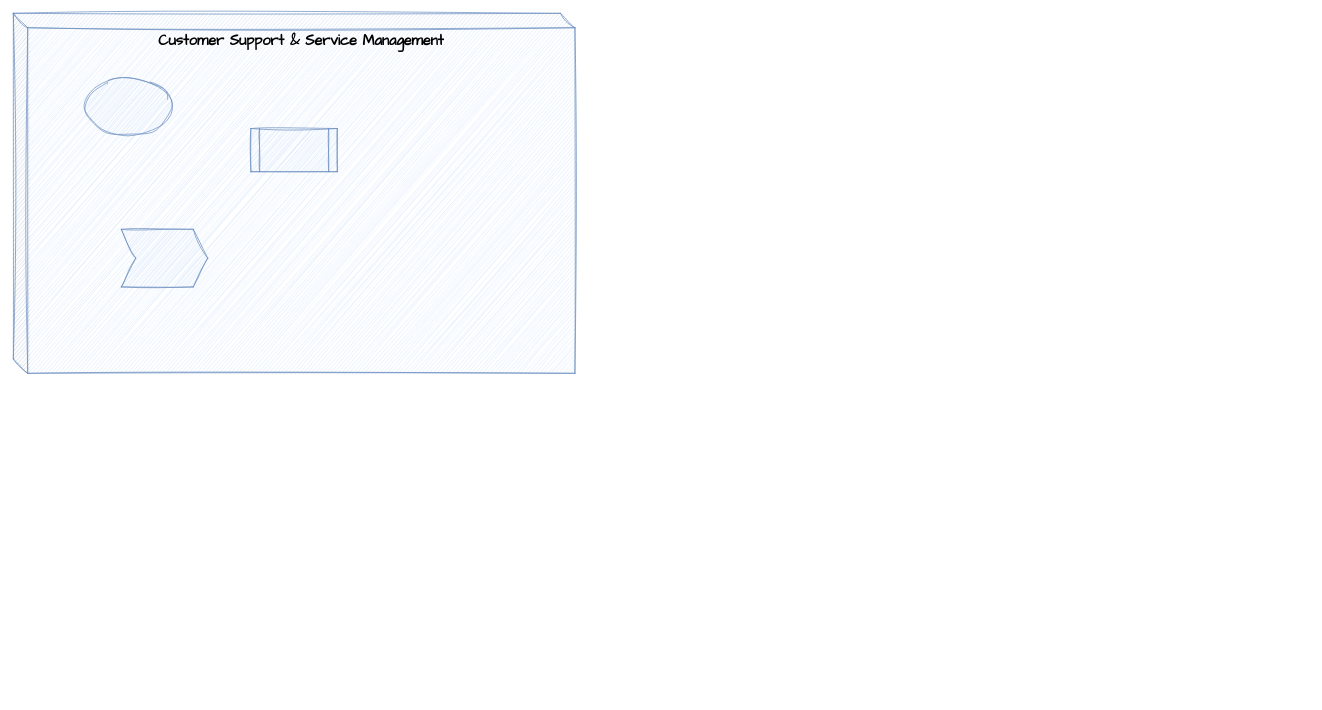
This is page "Page-11" (11 of 13) of Untitled Diagram.drawio from onlinepractice/digitalbanking, a draw.io file, before an edit. Source tidied: cells renumbered, new cells numbered last; positions are measured from the earlier drawing's top-left corner, leaving out a move shared by most shapes. Both pictures are drawn from the tidied source at 72%, with x=0, y=0 at pixel (13, 13).
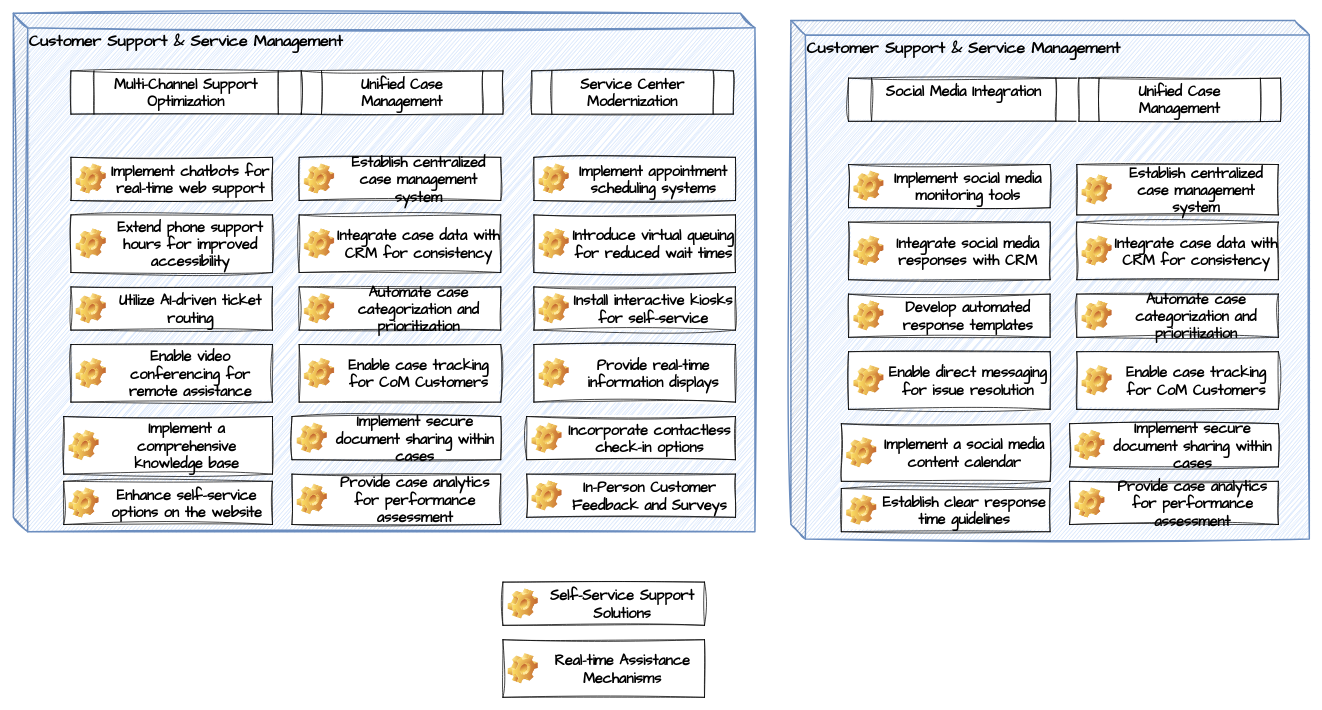
After the change.

Change to the diagram source:
```diff
@@
-    <mxCell id="2" value="Customer Support &amp;amp; Service Management" style="shape=cube;whiteSpace=wrap;html=1;boundedLbl=1;backgroundOutline=1;darkOpacity=0.05;darkOpacity2=0.1;fontSize=20;fontFamily=Architects Daughter;align=center;verticalAlign=top;fillColor=#dae8fc;strokeColor=#6c8ebf;rounded=0;sketch=1;hachureGap=4;jiggle=2;curveFitting=1;fontStyle=1;" parent="1" vertex="1">
-      <mxGeometry width="780" height="500" as="geometry" />
+    <mxCell id="2" value="Customer Support &amp;amp; Service Management" style="shape=cube;whiteSpace=wrap;html=1;boundedLbl=1;backgroundOutline=1;darkOpacity=0.05;darkOpacity2=0.1;fontSize=22;fontFamily=Architects Daughter;align=left;verticalAlign=top;fillColor=#dae8fc;strokeColor=#6c8ebf;rounded=0;sketch=1;hachureGap=4;jiggle=2;curveFitting=1;fontStyle=1;strokeWidth=2;" parent="1" vertex="1">
+      <mxGeometry width="1030" height="720" as="geometry" />
     </mxCell>
-    <mxCell id="3" style="ellipse;whiteSpace=wrap;html=1;fontSize=20;fontFamily=Architects Daughter;verticalAlign=top;fillColor=#dae8fc;strokeColor=#6c8ebf;rounded=0;sketch=1;hachureGap=4;jiggle=2;curveFitting=1;fontStyle=1;" parent="1" vertex="1">
-      <mxGeometry x="100" y="90" width="120" height="80" as="geometry" />
-    </mxCell>
-    <mxCell id="4" style="shape=process;whiteSpace=wrap;html=1;backgroundOutline=1;fontSize=20;fontFamily=Architects Daughter;verticalAlign=top;fillColor=#dae8fc;strokeColor=#6c8ebf;rounded=0;sketch=1;hachureGap=4;jiggle=2;curveFitting=1;fontStyle=1;" parent="1" vertex="1">
-      <mxGeometry x="330" y="160" width="120" height="60" as="geometry" />
+    <mxCell id="4" value="Multi-Channel Support Optimization" style="shape=process;whiteSpace=wrap;html=1;backgroundOutline=1;fontSize=20;fontFamily=Architects Daughter;verticalAlign=top;rounded=0;sketch=1;hachureGap=4;jiggle=2;curveFitting=1;fontStyle=1;" parent="1" vertex="1">
+      <mxGeometry x="80" y="80" width="320" height="60" as="geometry" />
     </mxCell>
-    <mxCell id="5" style="shape=step;perimeter=stepPerimeter;whiteSpace=wrap;html=1;fixedSize=1;fontSize=20;fontFamily=Architects Daughter;verticalAlign=top;fillColor=#dae8fc;strokeColor=#6c8ebf;rounded=0;sketch=1;hachureGap=4;jiggle=2;curveFitting=1;fontStyle=1;" parent="1" vertex="1">
-      <mxGeometry x="150" y="300" width="120" height="80" as="geometry" />
-    </mxCell>
+    <mxCell id="6" value="Unified Case Management" style="shape=process;whiteSpace=wrap;html=1;backgroundOutline=1;fontSize=20;fontFamily=Architects Daughter;verticalAlign=top;rounded=0;sketch=1;hachureGap=4;jiggle=2;curveFitting=1;fontStyle=1;" parent="1" vertex="1">
+      <mxGeometry x="400" y="80" width="280" height="60" as="geometry" />
+    </mxCell>
+    <mxCell id="7" value="Service Center Modernization" style="shape=process;whiteSpace=wrap;html=1;backgroundOutline=1;fontSize=20;fontFamily=Architects Daughter;verticalAlign=top;rounded=0;sketch=1;hachureGap=4;jiggle=2;curveFitting=1;fontStyle=1;" parent="1" vertex="1">
+      <mxGeometry x="720" y="80" width="280" height="60" as="geometry" />
+    </mxCell>
+    <mxCell id="8" value="Implement chatbots for real-time web support" style="label;whiteSpace=wrap;html=1;image=img/clipart/Gear_128x128.png;fontSize=20;fontFamily=Architects Daughter;align=center;verticalAlign=middle;rounded=0;sketch=1;hachureGap=4;jiggle=2;curveFitting=1;spacingTop=2;spacingRight=0;spacingBottom=0;" parent="1" vertex="1">
+      <mxGeometry x="80" y="200" width="280" height="60" as="geometry" />
+    </mxCell>
+    <mxCell id="9" value="Extend phone support hours for improved accessibility" style="label;whiteSpace=wrap;html=1;image=img/clipart/Gear_128x128.png;fontSize=20;fontFamily=Architects Daughter;align=center;verticalAlign=middle;rounded=0;sketch=1;hachureGap=4;jiggle=2;curveFitting=1;spacingTop=2;spacingRight=0;spacingBottom=0;" parent="1" vertex="1">
+      <mxGeometry x="80" y="280" width="280" height="80" as="geometry" />
+    </mxCell>
+    <mxCell id="10" value="Utilize AI-driven ticket routing" style="label;whiteSpace=wrap;html=1;image=img/clipart/Gear_128x128.png;fontSize=20;fontFamily=Architects Daughter;align=center;verticalAlign=middle;rounded=0;sketch=1;hachureGap=4;jiggle=2;curveFitting=1;spacingTop=2;spacingRight=0;spacingBottom=0;" parent="1" vertex="1">
+      <mxGeometry x="80" y="380" width="280" height="60" as="geometry" />
+    </mxCell>
+    <mxCell id="11" value="Enable video conferencing for remote assistance" style="label;whiteSpace=wrap;html=1;image=img/clipart/Gear_128x128.png;fontSize=20;fontFamily=Architects Daughter;align=center;verticalAlign=middle;rounded=0;sketch=1;hachureGap=4;jiggle=2;curveFitting=1;spacingTop=2;spacingRight=0;spacingBottom=0;" parent="1" vertex="1">
+      <mxGeometry x="80" y="460" width="280" height="80" as="geometry" />
+    </mxCell>
+    <mxCell id="12" value="Implement a comprehensive knowledge base" style="label;whiteSpace=wrap;html=1;image=img/clipart/Gear_128x128.png;fontSize=20;fontFamily=Architects Daughter;align=center;verticalAlign=middle;rounded=0;sketch=1;hachureGap=4;jiggle=2;curveFitting=1;spacingTop=2;spacingRight=0;spacingBottom=0;" parent="1" vertex="1">
+      <mxGeometry x="70" y="560" width="290" height="80" as="geometry" />
+    </mxCell>
+    <mxCell id="13" value="Enhance self-service options on the website" style="label;whiteSpace=wrap;html=1;image=img/clipart/Gear_128x128.png;fontSize=20;fontFamily=Architects Daughter;align=center;verticalAlign=middle;rounded=0;sketch=1;hachureGap=4;jiggle=2;curveFitting=1;spacingTop=2;spacingRight=0;spacingBottom=0;" parent="1" vertex="1">
+      <mxGeometry x="70" y="650" width="290" height="60" as="geometry" />
+    </mxCell>
+    <mxCell id="14" value="Establish centralized case management system" style="label;whiteSpace=wrap;html=1;image=img/clipart/Gear_128x128.png;fontSize=20;fontFamily=Architects Daughter;align=center;verticalAlign=middle;rounded=0;sketch=1;hachureGap=4;jiggle=2;curveFitting=1;spacingTop=2;spacingRight=0;spacingBottom=0;" parent="1" vertex="1">
+      <mxGeometry x="397" y="200" width="280" height="60" as="geometry" />
+    </mxCell>
+    <mxCell id="15" value="Integrate case data with CRM for consistency" style="label;whiteSpace=wrap;html=1;image=img/clipart/Gear_128x128.png;fontSize=20;fontFamily=Architects Daughter;align=center;verticalAlign=middle;rounded=0;sketch=1;hachureGap=4;jiggle=2;curveFitting=1;spacingTop=2;spacingRight=0;spacingBottom=0;" parent="1" vertex="1">
+      <mxGeometry x="397" y="280" width="280" height="80" as="geometry" />
+    </mxCell>
+    <mxCell id="16" value="Automate case categorization and prioritization" style="label;whiteSpace=wrap;html=1;image=img/clipart/Gear_128x128.png;fontSize=20;fontFamily=Architects Daughter;align=center;verticalAlign=middle;rounded=0;sketch=1;hachureGap=4;jiggle=2;curveFitting=1;spacingTop=2;spacingRight=0;spacingBottom=0;" parent="1" vertex="1">
+      <mxGeometry x="397" y="380" width="280" height="60" as="geometry" />
+    </mxCell>
+    <mxCell id="17" value="Enable case tracking for CoM Customers" style="label;whiteSpace=wrap;html=1;image=img/clipart/Gear_128x128.png;fontSize=20;fontFamily=Architects Daughter;align=center;verticalAlign=middle;rounded=0;sketch=1;hachureGap=4;jiggle=2;curveFitting=1;spacingTop=2;spacingRight=0;spacingBottom=0;" parent="1" vertex="1">
+      <mxGeometry x="397" y="460" width="280" height="80" as="geometry" />
+    </mxCell>
+    <mxCell id="18" value="Implement secure document sharing within cases" style="label;whiteSpace=wrap;html=1;image=img/clipart/Gear_128x128.png;fontSize=20;fontFamily=Architects Daughter;align=center;verticalAlign=middle;rounded=0;sketch=1;hachureGap=4;jiggle=2;curveFitting=1;spacingTop=2;spacingRight=0;spacingBottom=0;" parent="1" vertex="1">
+      <mxGeometry x="387" y="560" width="290" height="60" as="geometry" />
+    </mxCell>
+    <mxCell id="19" value="Provide case analytics for performance assessment" style="label;whiteSpace=wrap;html=1;image=img/clipart/Gear_128x128.png;fontSize=20;fontFamily=Architects Daughter;align=center;verticalAlign=middle;rounded=0;sketch=1;hachureGap=4;jiggle=2;curveFitting=1;spacingTop=2;spacingRight=0;spacingBottom=0;" parent="1" vertex="1">
+      <mxGeometry x="387" y="640" width="290" height="70" as="geometry" />
+    </mxCell>
+    <mxCell id="20" value="Implement appointment scheduling systems" style="label;whiteSpace=wrap;html=1;image=img/clipart/Gear_128x128.png;fontSize=20;fontFamily=Architects Daughter;align=center;verticalAlign=middle;rounded=0;sketch=1;hachureGap=4;jiggle=2;curveFitting=1;spacingTop=2;spacingRight=0;spacingBottom=0;" parent="1" vertex="1">
+      <mxGeometry x="723" y="200" width="280" height="60" as="geometry" />
+    </mxCell>
+    <mxCell id="21" value="Introduce virtual queuing for reduced wait times" style="label;whiteSpace=wrap;html=1;image=img/clipart/Gear_128x128.png;fontSize=20;fontFamily=Architects Daughter;align=center;verticalAlign=middle;rounded=0;sketch=1;hachureGap=4;jiggle=2;curveFitting=1;spacingTop=2;spacingRight=0;spacingBottom=0;" parent="1" vertex="1">
+      <mxGeometry x="723" y="280" width="280" height="80" as="geometry" />
+    </mxCell>
+    <mxCell id="22" value="Install interactive kiosks for self-service" style="label;whiteSpace=wrap;html=1;image=img/clipart/Gear_128x128.png;fontSize=20;fontFamily=Architects Daughter;align=center;verticalAlign=middle;rounded=0;sketch=1;hachureGap=4;jiggle=2;curveFitting=1;spacingTop=2;spacingRight=0;spacingBottom=0;" parent="1" vertex="1">
+      <mxGeometry x="723" y="380" width="280" height="60" as="geometry" />
+    </mxCell>
+    <mxCell id="23" value="Provide real-time information displays" style="label;whiteSpace=wrap;html=1;image=img/clipart/Gear_128x128.png;fontSize=20;fontFamily=Architects Daughter;align=center;verticalAlign=middle;rounded=0;sketch=1;hachureGap=4;jiggle=2;curveFitting=1;spacingTop=2;spacingRight=0;spacingBottom=0;" parent="1" vertex="1">
+      <mxGeometry x="723" y="460" width="280" height="80" as="geometry" />
+    </mxCell>
+    <mxCell id="24" value="Incorporate contactless check-in options" style="label;whiteSpace=wrap;html=1;image=img/clipart/Gear_128x128.png;fontSize=20;fontFamily=Architects Daughter;align=center;verticalAlign=middle;rounded=0;sketch=1;hachureGap=4;jiggle=2;curveFitting=1;spacingTop=2;spacingRight=0;spacingBottom=0;" parent="1" vertex="1">
+      <mxGeometry x="713" y="560" width="290" height="60" as="geometry" />
+    </mxCell>
+    <mxCell id="25" value="In-Person Customer Feedback and Surveys" style="label;whiteSpace=wrap;html=1;image=img/clipart/Gear_128x128.png;fontSize=20;fontFamily=Architects Daughter;align=center;verticalAlign=middle;rounded=0;sketch=1;hachureGap=4;jiggle=2;curveFitting=1;spacingTop=2;spacingRight=0;spacingBottom=0;" parent="1" vertex="1">
+      <mxGeometry x="713" y="640" width="290" height="60" as="geometry" />
+    </mxCell>
+    <mxCell id="26" value="Customer Support &amp;amp; Service Management" style="shape=cube;whiteSpace=wrap;html=1;boundedLbl=1;backgroundOutline=1;darkOpacity=0.05;darkOpacity2=0.1;fontSize=22;fontFamily=Architects Daughter;align=left;verticalAlign=top;fillColor=#dae8fc;strokeColor=#6c8ebf;rounded=0;sketch=1;hachureGap=4;jiggle=2;curveFitting=1;fontStyle=1;strokeWidth=2;" parent="1" vertex="1">
+      <mxGeometry x="1080" y="10" width="720" height="720" as="geometry" />
+    </mxCell>
+    <mxCell id="27" value="Social Media Integration" style="shape=process;whiteSpace=wrap;html=1;backgroundOutline=1;fontSize=20;fontFamily=Architects Daughter;verticalAlign=top;rounded=0;sketch=1;hachureGap=4;jiggle=2;curveFitting=1;fontStyle=1;" parent="1" vertex="1">
+      <mxGeometry x="1160" y="90" width="320" height="60" as="geometry" />
+    </mxCell>
+    <mxCell id="28" value="Unified Case Management" style="shape=process;whiteSpace=wrap;html=1;backgroundOutline=1;fontSize=20;fontFamily=Architects Daughter;verticalAlign=top;rounded=0;sketch=1;hachureGap=4;jiggle=2;curveFitting=1;fontStyle=1;" parent="1" vertex="1">
+      <mxGeometry x="1480" y="90" width="280" height="60" as="geometry" />
+    </mxCell>
+    <mxCell id="29" value="Implement social media monitoring tools" style="label;whiteSpace=wrap;html=1;image=img/clipart/Gear_128x128.png;fontSize=20;fontFamily=Architects Daughter;align=center;verticalAlign=middle;rounded=0;sketch=1;hachureGap=4;jiggle=2;curveFitting=1;spacingTop=2;spacingRight=0;spacingBottom=0;" parent="1" vertex="1">
+      <mxGeometry x="1160" y="210" width="280" height="60" as="geometry" />
+    </mxCell>
+    <mxCell id="30" value="Integrate social media responses with CRM" style="label;whiteSpace=wrap;html=1;image=img/clipart/Gear_128x128.png;fontSize=20;fontFamily=Architects Daughter;align=center;verticalAlign=middle;rounded=0;sketch=1;hachureGap=4;jiggle=2;curveFitting=1;spacingTop=2;spacingRight=0;spacingBottom=0;" parent="1" vertex="1">
+      <mxGeometry x="1160" y="290" width="280" height="80" as="geometry" />
+    </mxCell>
+    <mxCell id="31" value="Develop automated response templates" style="label;whiteSpace=wrap;html=1;image=img/clipart/Gear_128x128.png;fontSize=20;fontFamily=Architects Daughter;align=center;verticalAlign=middle;rounded=0;sketch=1;hachureGap=4;jiggle=2;curveFitting=1;spacingTop=2;spacingRight=0;spacingBottom=0;" parent="1" vertex="1">
+      <mxGeometry x="1160" y="390" width="280" height="60" as="geometry" />
+    </mxCell>
+    <mxCell id="32" value="Enable direct messaging for issue resolution" style="label;whiteSpace=wrap;html=1;image=img/clipart/Gear_128x128.png;fontSize=20;fontFamily=Architects Daughter;align=center;verticalAlign=middle;rounded=0;sketch=1;hachureGap=4;jiggle=2;curveFitting=1;spacingTop=2;spacingRight=0;spacingBottom=0;" parent="1" vertex="1">
+      <mxGeometry x="1160" y="470" width="280" height="80" as="geometry" />
+    </mxCell>
+    <mxCell id="33" value="Implement a social media content calendar" style="label;whiteSpace=wrap;html=1;image=img/clipart/Gear_128x128.png;fontSize=20;fontFamily=Architects Daughter;align=center;verticalAlign=middle;rounded=0;sketch=1;hachureGap=4;jiggle=2;curveFitting=1;spacingTop=2;spacingRight=0;spacingBottom=0;" parent="1" vertex="1">
+      <mxGeometry x="1150" y="570" width="290" height="80" as="geometry" />
+    </mxCell>
+    <mxCell id="34" value="Establish clear response time guidelines" style="label;whiteSpace=wrap;html=1;image=img/clipart/Gear_128x128.png;fontSize=20;fontFamily=Architects Daughter;align=center;verticalAlign=middle;rounded=0;sketch=1;hachureGap=4;jiggle=2;curveFitting=1;spacingTop=2;spacingRight=0;spacingBottom=0;" parent="1" vertex="1">
+      <mxGeometry x="1150" y="660" width="290" height="60" as="geometry" />
+    </mxCell>
+    <mxCell id="35" value="Establish centralized case management system" style="label;whiteSpace=wrap;html=1;image=img/clipart/Gear_128x128.png;fontSize=20;fontFamily=Architects Daughter;align=center;verticalAlign=middle;rounded=0;sketch=1;hachureGap=4;jiggle=2;curveFitting=1;spacingTop=2;spacingRight=0;spacingBottom=0;" parent="1" vertex="1">
+      <mxGeometry x="1477" y="210" width="280" height="70" as="geometry" />
+    </mxCell>
+    <mxCell id="36" value="Integrate case data with CRM for consistency" style="label;whiteSpace=wrap;html=1;image=img/clipart/Gear_128x128.png;fontSize=20;fontFamily=Architects Daughter;align=center;verticalAlign=middle;rounded=0;sketch=1;hachureGap=4;jiggle=2;curveFitting=1;spacingTop=2;spacingRight=0;spacingBottom=0;" parent="1" vertex="1">
+      <mxGeometry x="1477" y="290" width="280" height="80" as="geometry" />
+    </mxCell>
+    <mxCell id="37" value="Automate case categorization and prioritization" style="label;whiteSpace=wrap;html=1;image=img/clipart/Gear_128x128.png;fontSize=20;fontFamily=Architects Daughter;align=center;verticalAlign=middle;rounded=0;sketch=1;hachureGap=4;jiggle=2;curveFitting=1;spacingTop=2;spacingRight=0;spacingBottom=0;" parent="1" vertex="1">
+      <mxGeometry x="1477" y="390" width="280" height="60" as="geometry" />
+    </mxCell>
+    <mxCell id="38" value="Enable case tracking for CoM Customers" style="label;whiteSpace=wrap;html=1;image=img/clipart/Gear_128x128.png;fontSize=20;fontFamily=Architects Daughter;align=center;verticalAlign=middle;rounded=0;sketch=1;hachureGap=4;jiggle=2;curveFitting=1;spacingTop=2;spacingRight=0;spacingBottom=0;" parent="1" vertex="1">
+      <mxGeometry x="1477" y="470" width="280" height="80" as="geometry" />
+    </mxCell>
+    <mxCell id="39" value="Implement secure document sharing within cases" style="label;whiteSpace=wrap;html=1;image=img/clipart/Gear_128x128.png;fontSize=20;fontFamily=Architects Daughter;align=center;verticalAlign=middle;rounded=0;sketch=1;hachureGap=4;jiggle=2;curveFitting=1;spacingTop=2;spacingRight=0;spacingBottom=0;" parent="1" vertex="1">
+      <mxGeometry x="1467" y="570" width="290" height="60" as="geometry" />
+    </mxCell>
+    <mxCell id="40" value="Provide case analytics for performance assessment" style="label;whiteSpace=wrap;html=1;image=img/clipart/Gear_128x128.png;fontSize=20;fontFamily=Architects Daughter;align=center;verticalAlign=middle;rounded=0;sketch=1;hachureGap=4;jiggle=2;curveFitting=1;spacingTop=2;spacingRight=0;spacingBottom=0;" parent="1" vertex="1">
+      <mxGeometry x="1467" y="650" width="290" height="60" as="geometry" />
+    </mxCell>
+    <mxCell id="41" value="Self-Service Support Solutions" style="label;whiteSpace=wrap;html=1;image=img/clipart/Gear_128x128.png;fontSize=20;fontFamily=Architects Daughter;align=center;verticalAlign=middle;rounded=0;sketch=1;hachureGap=4;jiggle=2;curveFitting=1;spacingTop=2;spacingRight=0;spacingBottom=0;" parent="1" vertex="1">
+      <mxGeometry x="680" y="790" width="280" height="60" as="geometry" />
+    </mxCell>
+    <mxCell id="42" value="Real-time Assistance Mechanisms" style="label;whiteSpace=wrap;html=1;image=img/clipart/Gear_128x128.png;fontSize=20;fontFamily=Architects Daughter;align=center;verticalAlign=middle;rounded=0;sketch=1;hachureGap=4;jiggle=2;curveFitting=1;spacingTop=2;spacingRight=0;spacingBottom=0;" parent="1" vertex="1">
+      <mxGeometry x="680" y="870" width="280" height="80" as="geometry" />
+    </mxCell>
```
